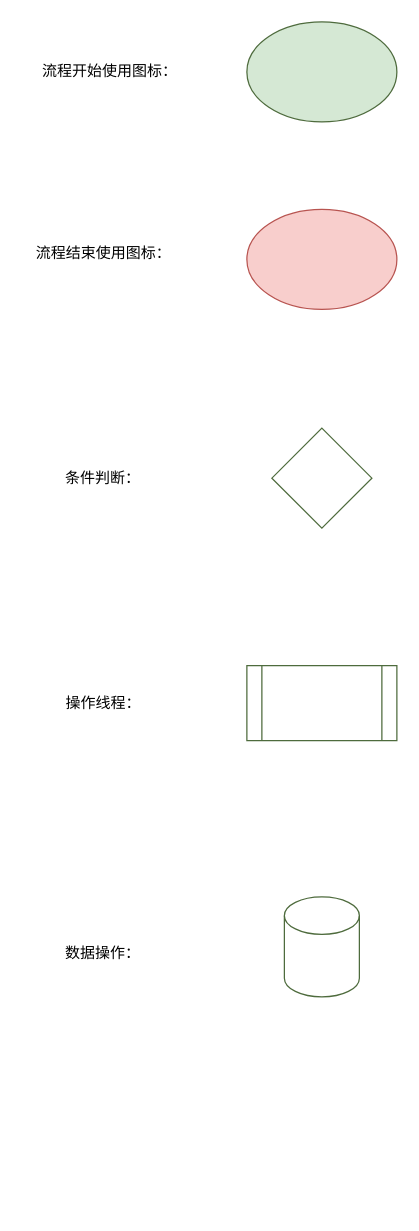
kyphoon/ysb_drawio_tree keeps this draw.io diagram as page "绘图规范" (4 of 25) of 隐身保arm版-业务流程-V1.0-20221028-1.drawio. Above is the earlier version. Source tidied: cells renumbered, new cells numbered last; positions are measured from the earlier drawing's top-left corner, leaving out a move shared by most shapes. Both pictures are drawn from the tidied source at 125%, with x=0, y=0 at pixel (21, 21).
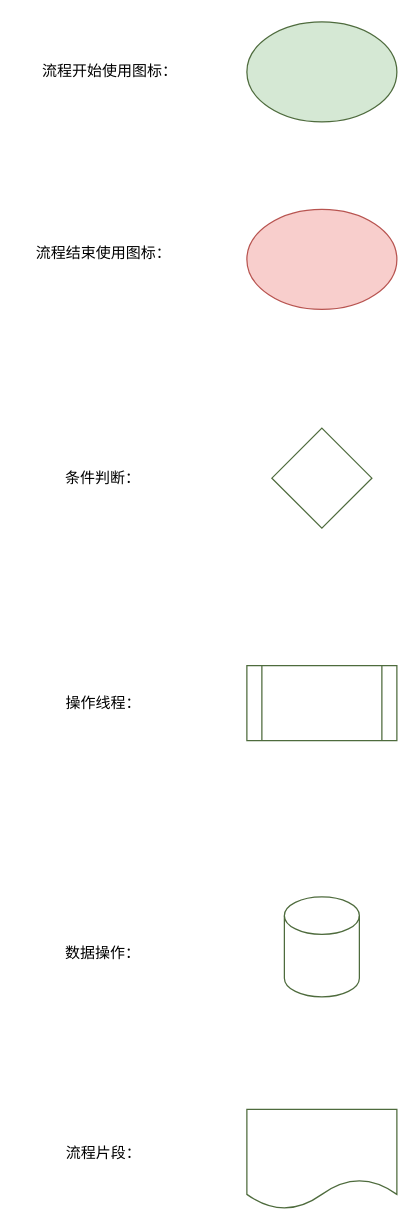
The same diagram, later.

Diff of the diagram source:
```diff
@@
 <mxGraphModel>
   <root>
     <mxCell id="0" />
     <mxCell id="1" parent="0" />
     <mxCell id="2" value="流程开始使用图标：" style="text;html=1;align=center;verticalAlign=middle;strokeColor=none;fillColor=none;" parent="1" vertex="1">
       <mxGeometry x="5" y="25" width="130" height="30" as="geometry" />
     </mxCell>
     <mxCell id="3" style="ellipse;whiteSpace=wrap;html=1;fillColor=#d5e8d4;strokeColor=#4E6B3D;" parent="1" vertex="1">
       <mxGeometry x="180" width="120" height="80" as="geometry" />
     </mxCell>
     <mxCell id="4" value="流程结束使用图标：" style="text;html=1;align=center;verticalAlign=middle;strokeColor=none;fillColor=none;" parent="1" vertex="1">
       <mxGeometry y="170" width="130" height="30" as="geometry" />
     </mxCell>
     <mxCell id="5" style="ellipse;whiteSpace=wrap;html=1;fillColor=#f8cecc;strokeColor=#b85450;" parent="1" vertex="1">
       <mxGeometry x="180" y="150" width="120" height="80" as="geometry" />
     </mxCell>
     <mxCell id="6" value="条件判断：" style="text;html=1;strokeColor=none;fillColor=none;align=center;verticalAlign=middle;whiteSpace=wrap;rounded=0;" parent="1" vertex="1">
       <mxGeometry x="15" y="350" width="100" height="30" as="geometry" />
     </mxCell>
     <mxCell id="7" style="rhombus;whiteSpace=wrap;html=1;strokeColor=#4E6B3D;" parent="1" vertex="1">
       <mxGeometry x="200" y="325" width="80" height="80" as="geometry" />
     </mxCell>
     <mxCell id="8" value="操作线程：" style="text;html=1;strokeColor=none;fillColor=none;align=center;verticalAlign=middle;whiteSpace=wrap;rounded=0;" parent="1" vertex="1">
       <mxGeometry x="27.5" y="530" width="75" height="30" as="geometry" />
     </mxCell>
     <mxCell id="9" style="shape=process;whiteSpace=wrap;html=1;backgroundOutline=1;strokeColor=#4E6B3D;" parent="1" vertex="1">
       <mxGeometry x="180" y="515" width="120" height="60" as="geometry" />
     </mxCell>
     <mxCell id="10" value="数据操作：" style="text;html=1;strokeColor=none;fillColor=none;align=center;verticalAlign=middle;whiteSpace=wrap;rounded=0;" parent="1" vertex="1">
       <mxGeometry x="20" y="730" width="90" height="30" as="geometry" />
     </mxCell>
     <mxCell id="11" style="shape=cylinder3;whiteSpace=wrap;html=1;boundedLbl=1;backgroundOutline=1;size=15;strokeColor=#4E6B3D;" parent="1" vertex="1">
       <mxGeometry x="210" y="700" width="60" height="80" as="geometry" />
     </mxCell>
+    <mxCell id="12" style="shape=document;whiteSpace=wrap;html=1;boundedLbl=1;strokeColor=#4E6B3D;" parent="1" vertex="1">
+      <mxGeometry x="180" y="870" width="120" height="80" as="geometry" />
+    </mxCell>
+    <mxCell id="13" value="流程片段：" style="text;html=1;align=center;verticalAlign=middle;strokeColor=none;fillColor=none;" parent="1" vertex="1">
+      <mxGeometry x="25" y="890" width="80" height="30" as="geometry" />
+    </mxCell>
   </root>
 </mxGraphModel>
```
